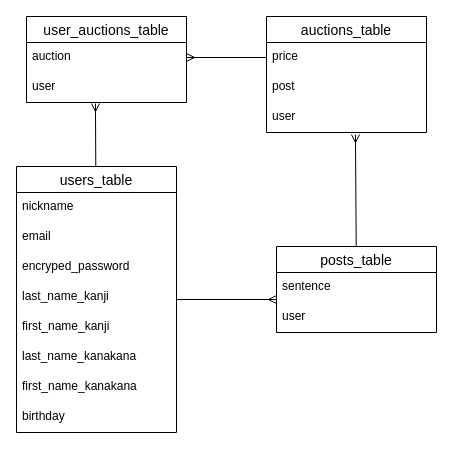
Earlier version of the draw.io diagram ER.dio (marchuta/showpost-2022). Source tidied: cells renumbered, new cells numbered last; positions are measured from the earlier drawing's top-left corner, leaving out a move shared by most shapes. Both pictures are drawn from the tidied source at 100%, with x=0, y=0 at pixel (16, 16).
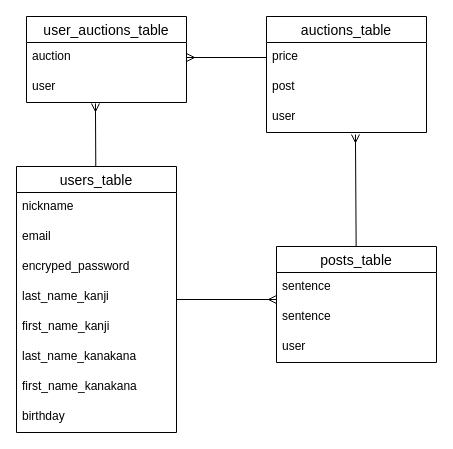
Above is the later version.

Diff of the diagram source:
```diff
@@
     <mxCell id="14" value="posts_table" style="swimlane;fontStyle=0;horizontal=1;startSize=26;align=center;fontSize=14;" parent="1" vertex="1">
-      <mxGeometry x="260" y="230" width="160" height="86" as="geometry" />
+      <mxGeometry x="260" y="230" width="160" height="116" as="geometry" />
     </mxCell>
@@
+    <mxCell id="25" value="sentence" style="text;strokeColor=none;fillColor=none;spacingLeft=4;spacingRight=4;overflow=hidden;fontSize=12;" parent="14" vertex="1">
+      <mxGeometry y="56" width="160" height="30" as="geometry" />
+    </mxCell>
     <mxCell id="16" value="user" style="text;strokeColor=none;fillColor=none;spacingLeft=4;spacingRight=4;overflow=hidden;fontSize=12;" parent="14" vertex="1">
-      <mxGeometry y="56" width="160" height="30" as="geometry" />
+      <mxGeometry y="86" width="160" height="30" as="geometry" />
     </mxCell>
```
